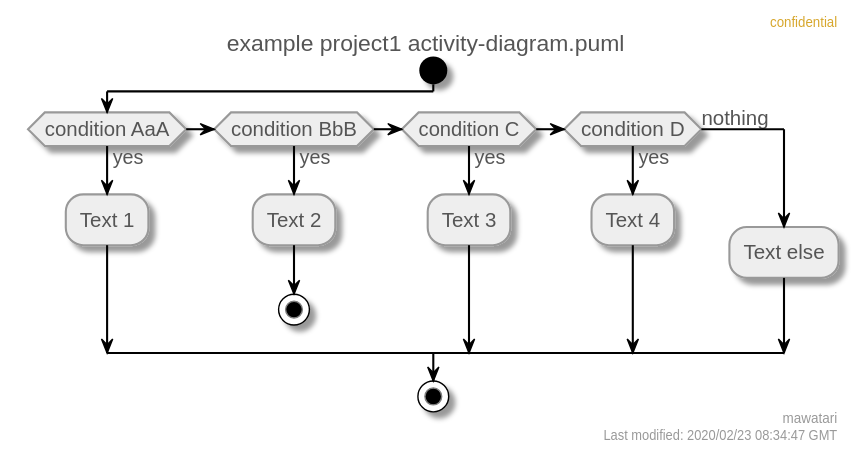
Earlier version of the PlantUML export activity-diagram.svg (mawatari/example-project-uml).
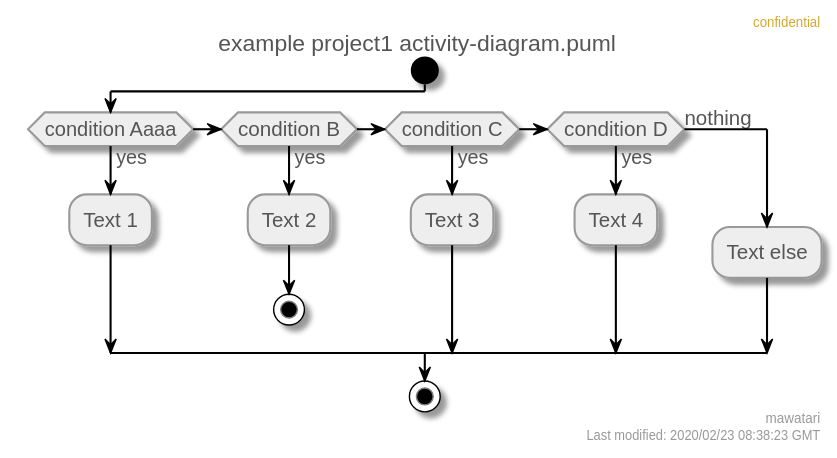
The same file after the commit.

Commit message:
Automatically generated PlantUML images.

Diff of the diagram source:
```diff
@@ -43,13 +43,13 @@
   DiamondBorderColor #999999
 }
 right header confidential
-right footer mawatari\nLast modified: 2020/02/23 08:34:47 GMT
+right footer mawatari\nLast modified: 2020/02/23 08:38:23 GMT
 title example project1 activity-diagram.puml
 
 start
-if (condition AaA) then (yes)
+if (condition Aaaa) then (yes)
   :Text 1;
-elseif (condition BbB) then (yes)
+elseif (condition B) then (yes)
   :Text 2;
   stop
 elseif (condition C) then (yes)
```
